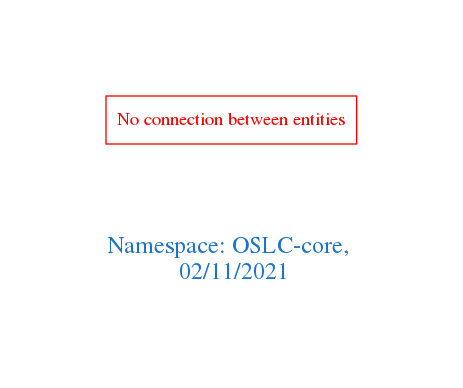
Above: downloads/OSLC-core.png in arago/OGIT (Graphviz), before the change. Its source is kept beside it as downloads/OSLC-core.dot.
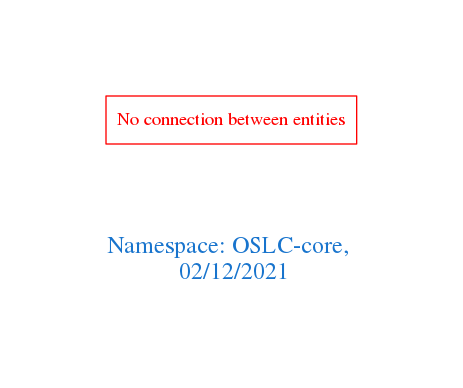
Above is the later version.

What changed in the source:
```diff
@@ -1,7 +1,7 @@
 digraph OGIT_ontology {
  graph [ rankdir= LR,pad=1
 fontsize = 18,
-fontcolor= dodgerblue3,label = "\n\n\nNamespace: OSLC-core, \n 02/11/2021"];
+fontcolor= dodgerblue3,label = "\n\n\nNamespace: OSLC-core, \n 02/12/2021"];
 node[shape=polygon];
 edge [  color="gray81"];
 
```
